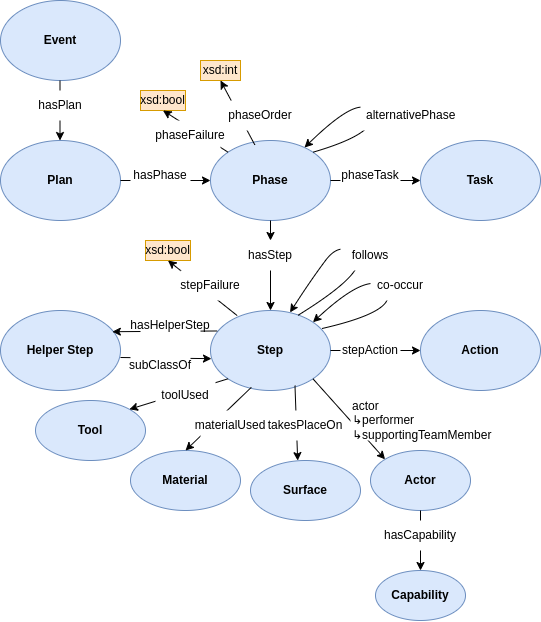
guoda23/Twin_OR keeps this draw.io diagram as OR_Ontology.drawio.png. Above is the earlier version. Source tidied: cells renumbered, new cells last; positions are measured from the earlier drawing's top-left corner, leaving out a move shared by most shapes.
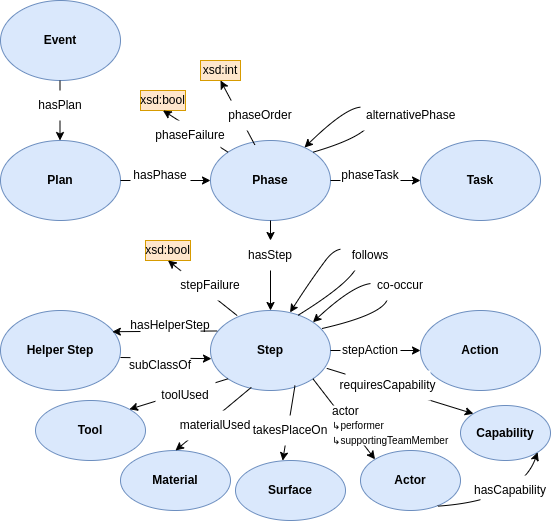
Above is the later version.

Diff of the diagram source:
```diff
@@ -15,7 +15,7 @@
       <mxGeometry x="210" y="310" width="120" height="80" as="geometry" />
     </mxCell>
     <mxCell id="6" value="&lt;b&gt;Actor&lt;/b&gt;" style="ellipse;whiteSpace=wrap;html=1;fillColor=#dae8fc;strokeColor=#6c8ebf;" parent="1" vertex="1">
-      <mxGeometry x="370" y="450" width="100" height="60" as="geometry" />
+      <mxGeometry x="360" y="450" width="100" height="60" as="geometry" />
     </mxCell>
     <mxCell id="7" value="&lt;b&gt;Action&lt;/b&gt;" style="ellipse;whiteSpace=wrap;html=1;fillColor=#dae8fc;strokeColor=#6c8ebf;" parent="1" vertex="1">
       <mxGeometry x="420" y="310" width="120" height="80" as="geometry" />
@@ -45,13 +45,10 @@
       <mxGeometry relative="1" as="geometry" />
     </mxCell>
     <mxCell id="15" value="&lt;b&gt;Capability&lt;/b&gt;" style="ellipse;whiteSpace=wrap;html=1;fillColor=#dae8fc;strokeColor=#6c8ebf;" parent="1" vertex="1">
-      <mxGeometry x="375" y="570" width="90" height="50" as="geometry" />
+      <mxGeometry x="460" y="405" width="90" height="55" as="geometry" />
     </mxCell>
-    <mxCell id="16" style="endArrow=classic;html=1;rounded=0;exitX=0.5;exitY=1;exitDx=0;exitDy=0;entryX=0.5;entryY=0;entryDx=0;entryDy=0;" parent="1" edge="1" source="6" target="15">
-      <mxGeometry relative="1" as="geometry" />
-    </mxCell>
     <mxCell id="17" value="&lt;b&gt;Material&lt;/b&gt;" style="ellipse;whiteSpace=wrap;html=1;fillColor=#dae8fc;strokeColor=#6c8ebf;" parent="1" vertex="1">
-      <mxGeometry x="130" y="450" width="110" height="60" as="geometry" />
+      <mxGeometry x="120" y="450" width="110" height="60" as="geometry" />
     </mxCell>
     <mxCell id="18" value="&lt;b&gt;Tool&lt;/b&gt;" style="ellipse;whiteSpace=wrap;html=1;fillColor=#dae8fc;strokeColor=#6c8ebf;" parent="1" vertex="1">
       <mxGeometry x="35" y="400" width="110" height="60" as="geometry" />
@@ -77,18 +74,15 @@
     <mxCell id="25" value="stepAction" style="text;html=1;align=center;verticalAlign=middle;whiteSpace=wrap;rounded=0;fillColor=default;" parent="1" vertex="1">
       <mxGeometry x="340" y="335" width="60" height="30" as="geometry" />
     </mxCell>
-    <mxCell id="26" value="&lt;span style=&quot;background-color: initial;&quot;&gt;actor&lt;br&gt;↳performer&lt;br&gt;&lt;/span&gt;&lt;div&gt;&lt;span style=&quot;background-color: initial;&quot;&gt;↳&lt;/span&gt;&lt;span style=&quot;background-color: initial;&quot;&gt;supportingTeamMember&lt;/span&gt;&lt;/div&gt;" style="text;html=1;align=left;verticalAlign=middle;whiteSpace=wrap;rounded=0;fillColor=default;" parent="1" vertex="1">
-      <mxGeometry x="350" y="400" width="130" height="40" as="geometry" />
+    <mxCell id="26" value="&lt;span style=&quot;background-color: initial;&quot;&gt;&lt;font style=&quot;font-size: 12px;&quot;&gt;actor&lt;/font&gt;&lt;/span&gt;&lt;br&gt;&lt;span style=&quot;font-size: 10px; background-color: initial;&quot;&gt;↳performer&lt;/span&gt;&lt;br&gt;&lt;span style=&quot;background-color: initial; font-size: 10px;&quot;&gt;↳supportingTeamMember&lt;/span&gt;" style="text;html=1;align=left;verticalAlign=middle;whiteSpace=wrap;rounded=0;fillColor=default;" parent="1" vertex="1">
+      <mxGeometry x="330" y="405" width="107.5" height="40" as="geometry" />
     </mxCell>
     <mxCell id="27" value="toolUsed" style="text;html=1;align=center;verticalAlign=middle;whiteSpace=wrap;rounded=0;fillColor=default;" parent="1" vertex="1">
       <mxGeometry x="155" y="380" width="60" height="30" as="geometry" />
     </mxCell>
     <mxCell id="28" value="materialUsed" style="text;html=1;align=center;verticalAlign=middle;whiteSpace=wrap;rounded=0;fillColor=default;" parent="1" vertex="1">
-      <mxGeometry x="200" y="410" width="60" height="30" as="geometry" />
+      <mxGeometry x="185" y="410" width="60" height="30" as="geometry" />
     </mxCell>
-    <mxCell id="29" value="hasCapability" style="text;html=1;align=center;verticalAlign=middle;whiteSpace=wrap;rounded=0;fillColor=default;" parent="1" vertex="1">
-      <mxGeometry x="390" y="520" width="60" height="30" as="geometry" />
-    </mxCell>
     <mxCell id="30" value="xsd:int" style="rounded=0;whiteSpace=wrap;html=1;fillColor=#ffe6cc;strokeColor=#d79b00;" parent="1" vertex="1">
       <mxGeometry x="200" y="60" width="40" height="20" as="geometry" />
     </mxCell>
@@ -99,13 +93,13 @@
       <mxGeometry x="230" y="100" width="60" height="30" as="geometry" />
     </mxCell>
     <mxCell id="33" value="&lt;b&gt;Surface&lt;/b&gt;" style="ellipse;whiteSpace=wrap;html=1;fillColor=#dae8fc;strokeColor=#6c8ebf;" parent="1" vertex="1">
-      <mxGeometry x="250" y="460" width="110" height="60" as="geometry" />
+      <mxGeometry x="235" y="460" width="110" height="60" as="geometry" />
     </mxCell>
     <mxCell id="34" style="endArrow=classic;html=1;rounded=0;exitX=0.704;exitY=0.939;exitDx=0;exitDy=0;exitPerimeter=0;entryX=0.429;entryY=0.002;entryDx=0;entryDy=0;entryPerimeter=0;" parent="1" edge="1" source="5" target="33">
       <mxGeometry relative="1" as="geometry" />
     </mxCell>
     <mxCell id="35" value="t&lt;span style=&quot;background-color: initial;&quot;&gt;akesPlaceOn&lt;/span&gt;" style="text;html=1;align=center;verticalAlign=middle;whiteSpace=wrap;rounded=0;fillColor=default;" parent="1" vertex="1">
-      <mxGeometry x="275" y="410" width="60" height="30" as="geometry" />
+      <mxGeometry x="255" y="415" width="70" height="30" as="geometry" />
     </mxCell>
     <mxCell id="36" style="curved=1;endArrow=classic;html=1;rounded=0;exitX=0.93;exitY=0.225;exitDx=0;exitDy=0;exitPerimeter=0;entryX=1;entryY=0;entryDx=0;entryDy=0;" parent="1" edge="1" source="5" target="5">
       <mxGeometry relative="1" as="geometry">
@@ -181,5 +175,21 @@
     <mxCell id="53" value="stepFailure" style="text;html=1;align=center;verticalAlign=middle;whiteSpace=wrap;rounded=0;fillColor=default;" parent="1" vertex="1">
       <mxGeometry x="180" y="270" width="60" height="30" as="geometry" />
     </mxCell>
+    <mxCell id="54" style="endArrow=classic;html=1;rounded=0;exitX=0.969;exitY=0.723;exitDx=0;exitDy=0;exitPerimeter=0;entryX=0;entryY=0;entryDx=0;entryDy=0;" parent="1" edge="1" source="5" target="15">
+      <mxGeometry relative="1" as="geometry" />
+    </mxCell>
+    <mxCell id="55" value="requiresCapability" style="text;html=1;align=center;verticalAlign=middle;whiteSpace=wrap;rounded=0;fillColor=default;" parent="1" vertex="1">
+      <mxGeometry x="345" y="370" width="85" height="30" as="geometry" />
+    </mxCell>
+    <mxCell id="16" style="curved=1;endArrow=classic;html=1;rounded=0;exitX=0.77;exitY=0.928;exitDx=0;exitDy=0;entryX=1;entryY=1;entryDx=0;entryDy=0;exitPerimeter=0;" parent="1" edge="1" source="6" target="15">
+      <mxGeometry relative="1" as="geometry">
+        <Array as="points">
+          <mxPoint x="520" y="500" />
+        </Array>
+      </mxGeometry>
+    </mxCell>
+    <mxCell id="29" value="hasCapability" style="text;html=1;align=center;verticalAlign=middle;whiteSpace=wrap;rounded=0;fillColor=default;" parent="1" vertex="1">
+      <mxGeometry x="480" y="475" width="60" height="30" as="geometry" />
+    </mxCell>
   </root>
 </mxGraphModel>
```
